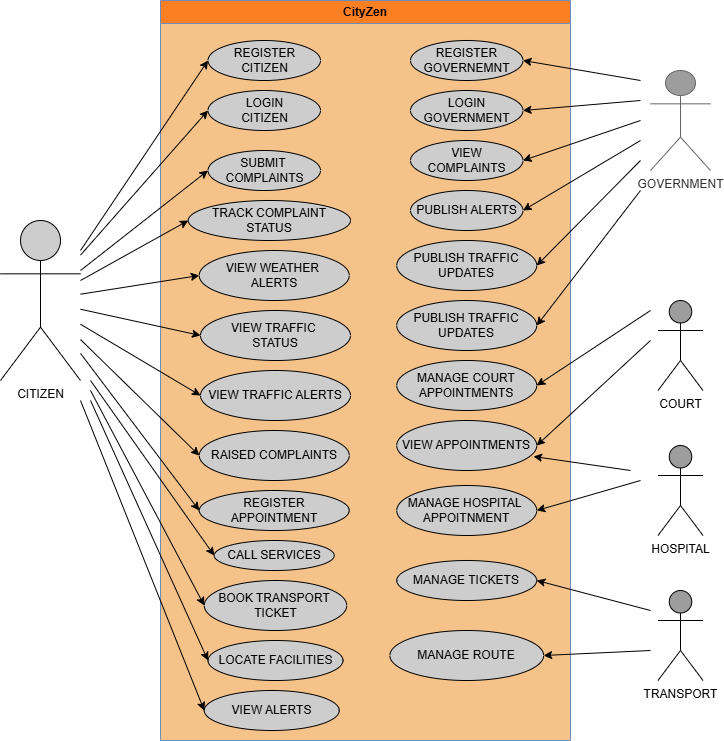
Above: UML_2_0_0.drawio.png in Ashitosh0302/Smart-City-Management-System (draw.io), before the change. Source tidied: cells renumbered, new cells last; positions are measured from the earlier drawing's top-left corner, leaving out a move shared by most shapes.
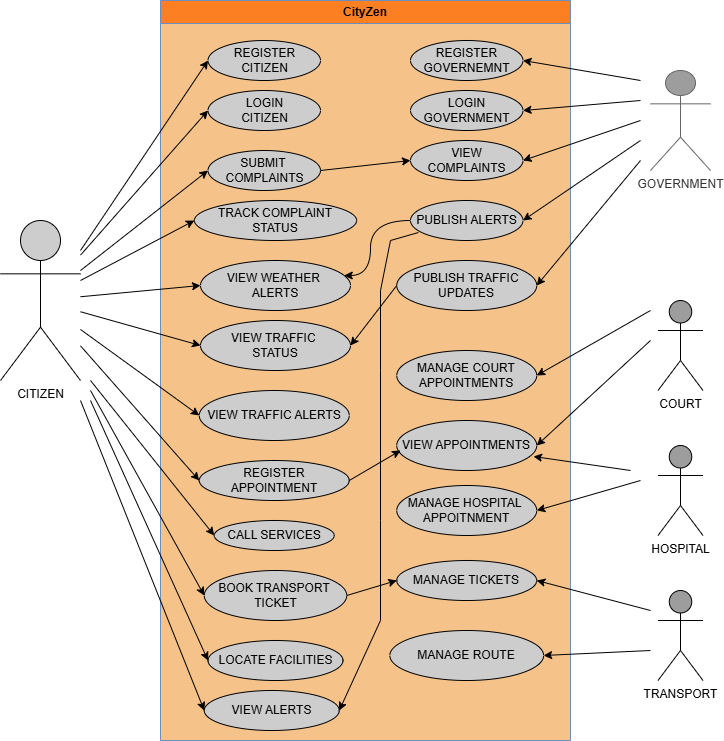
Above is the later version.

Diff of the diagram source:
```diff
@@ -15,31 +15,28 @@
       <mxGeometry x="47.5" y="150" width="112.5" height="40" as="geometry" />
     </mxCell>
     <mxCell id="6" value="TRACK COMPLAINT STATUS" style="ellipse;whiteSpace=wrap;html=1;fillColor=#CDCDCD;" parent="2" vertex="1">
-      <mxGeometry x="27.8" y="200" width="162.2" height="40" as="geometry" />
+      <mxGeometry x="33.9" y="200" width="162.2" height="40" as="geometry" />
     </mxCell>
     <mxCell id="7" value="VIEW WEATHER&amp;nbsp;&lt;div&gt;ALERTS&lt;/div&gt;" style="ellipse;whiteSpace=wrap;html=1;fillColor=#CDCDCD;" parent="2" vertex="1">
-      <mxGeometry x="38.8" y="250" width="150" height="50" as="geometry" />
+      <mxGeometry x="40" y="260" width="150" height="50" as="geometry" />
     </mxCell>
     <mxCell id="8" value="VIEW TRAFFIC&amp;nbsp;&lt;div&gt;STATUS&lt;/div&gt;" style="ellipse;whiteSpace=wrap;html=1;fillColor=#CDCDCD;" parent="2" vertex="1">
-      <mxGeometry x="40" y="310" width="150" height="50" as="geometry" />
+      <mxGeometry x="40" y="320" width="150" height="50" as="geometry" />
     </mxCell>
     <mxCell id="9" value="VIEW TRAFFIC ALERTS" style="ellipse;whiteSpace=wrap;html=1;fillColor=#CDCDCD;" parent="2" vertex="1">
-      <mxGeometry x="40" y="370" width="150" height="50" as="geometry" />
+      <mxGeometry x="38.8" y="390" width="150" height="50" as="geometry" />
     </mxCell>
-    <mxCell id="10" value="RAISED COMPLAINTS" style="ellipse;whiteSpace=wrap;html=1;fillColor=#CDCDCD;" parent="2" vertex="1">
-      <mxGeometry x="38.8" y="430" width="150" height="50" as="geometry" />
-    </mxCell>
     <mxCell id="11" value="REGISTER APPOINTMENT" style="ellipse;whiteSpace=wrap;html=1;fillColor=#CDCDCD;" parent="2" vertex="1">
-      <mxGeometry x="38.8" y="490" width="150" height="40" as="geometry" />
+      <mxGeometry x="38.8" y="460" width="150" height="40" as="geometry" />
     </mxCell>
     <mxCell id="12" value="LOCATE FACILITIES" style="ellipse;whiteSpace=wrap;html=1;fillColor=#CDCDCD;" parent="2" vertex="1">
       <mxGeometry x="47.5" y="640" width="135" height="40" as="geometry" />
     </mxCell>
     <mxCell id="13" value="CALL SERVICES" style="ellipse;whiteSpace=wrap;html=1;fillColor=#CDCDCD;" parent="2" vertex="1">
-      <mxGeometry x="53.8" y="540" width="120" height="30" as="geometry" />
+      <mxGeometry x="53.8" y="520" width="120" height="30" as="geometry" />
     </mxCell>
     <mxCell id="14" value="BOOK TRANSPORT&amp;nbsp;&lt;div&gt;TICKET&lt;/div&gt;" style="ellipse;whiteSpace=wrap;html=1;fillColor=#CDCDCD;" parent="2" vertex="1">
-      <mxGeometry x="43.8" y="580" width="142.5" height="50" as="geometry" />
+      <mxGeometry x="43.8" y="570" width="142.5" height="50" as="geometry" />
     </mxCell>
     <mxCell id="15" value="VIEW ALERTS" style="ellipse;whiteSpace=wrap;html=1;fillColor=#CDCDCD;" parent="2" vertex="1">
       <mxGeometry x="43.8" y="690" width="135" height="40" as="geometry" />
@@ -53,17 +50,22 @@
     <mxCell id="18" value="VIEW COMPLAINTS" style="ellipse;whiteSpace=wrap;html=1;fillColor=#CDCDCD;" parent="2" vertex="1">
       <mxGeometry x="250" y="140" width="112.5" height="40" as="geometry" />
     </mxCell>
+    <mxCell id="57" style="edgeStyle=orthogonalEdgeStyle;rounded=0;jettySize=auto;html=1;curved=1;" parent="2" edge="1" source="19" target="7">
+      <mxGeometry relative="1" as="geometry">
+        <Array as="points">
+          <mxPoint x="210" y="220" />
+          <mxPoint x="210" y="275" />
+        </Array>
+      </mxGeometry>
+    </mxCell>
     <mxCell id="19" value="PUBLISH ALERTS" style="ellipse;whiteSpace=wrap;html=1;fillColor=#CDCDCD;" parent="2" vertex="1">
-      <mxGeometry x="250" y="190" width="112.5" height="40" as="geometry" />
+      <mxGeometry x="250" y="200" width="112.5" height="40" as="geometry" />
     </mxCell>
     <mxCell id="20" value="PUBLISH TRAFFIC UPDATES" style="ellipse;whiteSpace=wrap;html=1;fillColor=#CDCDCD;" parent="2" vertex="1">
-      <mxGeometry x="236.2" y="240" width="140" height="50" as="geometry" />
+      <mxGeometry x="236.2" y="260" width="140" height="50" as="geometry" />
     </mxCell>
-    <mxCell id="21" value="PUBLISH TRAFFIC UPDATES" style="ellipse;whiteSpace=wrap;html=1;fillColor=#CDCDCD;" parent="2" vertex="1">
-      <mxGeometry x="236.2" y="300" width="140" height="50" as="geometry" />
-    </mxCell>
     <mxCell id="22" value="MANAGE COURT APPOINTMENTS" style="ellipse;whiteSpace=wrap;html=1;fillColor=#CDCDCD;" parent="2" vertex="1">
-      <mxGeometry x="236.2" y="360" width="140" height="50" as="geometry" />
+      <mxGeometry x="236.2" y="350" width="140" height="50" as="geometry" />
     </mxCell>
     <mxCell id="23" value="VIEW APPOINTMENTS" style="ellipse;whiteSpace=wrap;html=1;fillColor=#CDCDCD;" parent="2" vertex="1">
       <mxGeometry x="236.2" y="420" width="140" height="50" as="geometry" />
@@ -77,6 +79,34 @@
     <mxCell id="26" value="MANAGE ROUTE" style="ellipse;whiteSpace=wrap;html=1;fillColor=#CDCDCD;" parent="2" vertex="1">
       <mxGeometry x="229.4" y="630" width="153.8" height="50" as="geometry" />
     </mxCell>
+    <mxCell id="58" style="endArrow=classic;html=1;rounded=0;" parent="2" edge="1">
+      <mxGeometry relative="1" as="geometry">
+        <mxPoint x="160" y="170" as="sourcePoint" />
+        <mxPoint x="250" y="160" as="targetPoint" />
+      </mxGeometry>
+    </mxCell>
+    <mxCell id="59" style="endArrow=classic;html=1;rounded=0;entryX=1;entryY=0.5;entryDx=0;entryDy=0;exitX=0.071;exitY=0.8;exitDx=0;exitDy=0;exitPerimeter=0;" parent="2" edge="1" source="19" target="15">
+      <mxGeometry relative="1" as="geometry">
+        <Array as="points">
+          <mxPoint x="230" y="240" />
+          <mxPoint x="220" y="290" />
+          <mxPoint x="220" y="370" />
+          <mxPoint x="220" y="520" />
+          <mxPoint x="220" y="620" />
+        </Array>
+      </mxGeometry>
+    </mxCell>
+    <mxCell id="60" style="endArrow=classic;html=1;rounded=0;exitX=1;exitY=0.5;exitDx=0;exitDy=0;" parent="2" edge="1" source="11">
+      <mxGeometry relative="1" as="geometry">
+        <mxPoint x="240" y="450" as="targetPoint" />
+      </mxGeometry>
+    </mxCell>
+    <mxCell id="61" style="endArrow=classic;html=1;rounded=0;entryX=0;entryY=0.5;entryDx=0;entryDy=0;exitX=1;exitY=0.5;exitDx=0;exitDy=0;" parent="2" edge="1" source="14" target="25">
+      <mxGeometry relative="1" as="geometry" />
+    </mxCell>
+    <mxCell id="62" style="endArrow=classic;html=1;rounded=0;entryX=1;entryY=0.5;entryDx=0;entryDy=0;exitX=0;exitY=0.5;exitDx=0;exitDy=0;" parent="2" edge="1" source="20" target="8">
+      <mxGeometry relative="1" as="geometry" />
+    </mxCell>
     <mxCell id="27" value="CITIZEN&lt;div&gt;&lt;br&gt;&lt;/div&gt;" style="shape=umlActor;verticalLabelPosition=bottom;verticalAlign=top;html=1;outlineConnect=0;fillColor=#CDCDCD;" parent="1" vertex="1">
       <mxGeometry y="220" width="80" height="160" as="geometry" />
     </mxCell>
@@ -107,9 +137,6 @@
     <mxCell id="34" style="endArrow=classic;html=1;rounded=0;entryX=0;entryY=0.5;entryDx=0;entryDy=0;" parent="1" edge="1" source="27" target="9">
       <mxGeometry relative="1" as="geometry" />
     </mxCell>
-    <mxCell id="35" style="endArrow=classic;html=1;rounded=0;entryX=0;entryY=0.5;entryDx=0;entryDy=0;" parent="1" edge="1" source="27" target="10">
-      <mxGeometry relative="1" as="geometry" />
-    </mxCell>
     <mxCell id="36" style="endArrow=classic;html=1;rounded=0;entryX=0;entryY=0.5;entryDx=0;entryDy=0;" parent="1" edge="1" source="27" target="11">
       <mxGeometry relative="1" as="geometry" />
     </mxCell>
@@ -161,11 +188,6 @@
         <mxPoint x="640" y="160" as="sourcePoint" />
       </mxGeometry>
     </mxCell>
-    <mxCell id="47" style="endArrow=classic;html=1;rounded=0;entryX=1;entryY=0.5;entryDx=0;entryDy=0;" parent="1" edge="1" target="21">
-      <mxGeometry relative="1" as="geometry">
-        <mxPoint x="640" y="190" as="sourcePoint" />
-      </mxGeometry>
-    </mxCell>
     <mxCell id="48" value="COURT&lt;div&gt;&lt;br&gt;&lt;/div&gt;" style="shape=umlActor;verticalLabelPosition=bottom;verticalAlign=top;html=1;fillColor=#9D9D9D;" parent="1" vertex="1">
       <mxGeometry x="657.5" y="300" width="45" height="90" as="geometry" />
     </mxCell>
```
